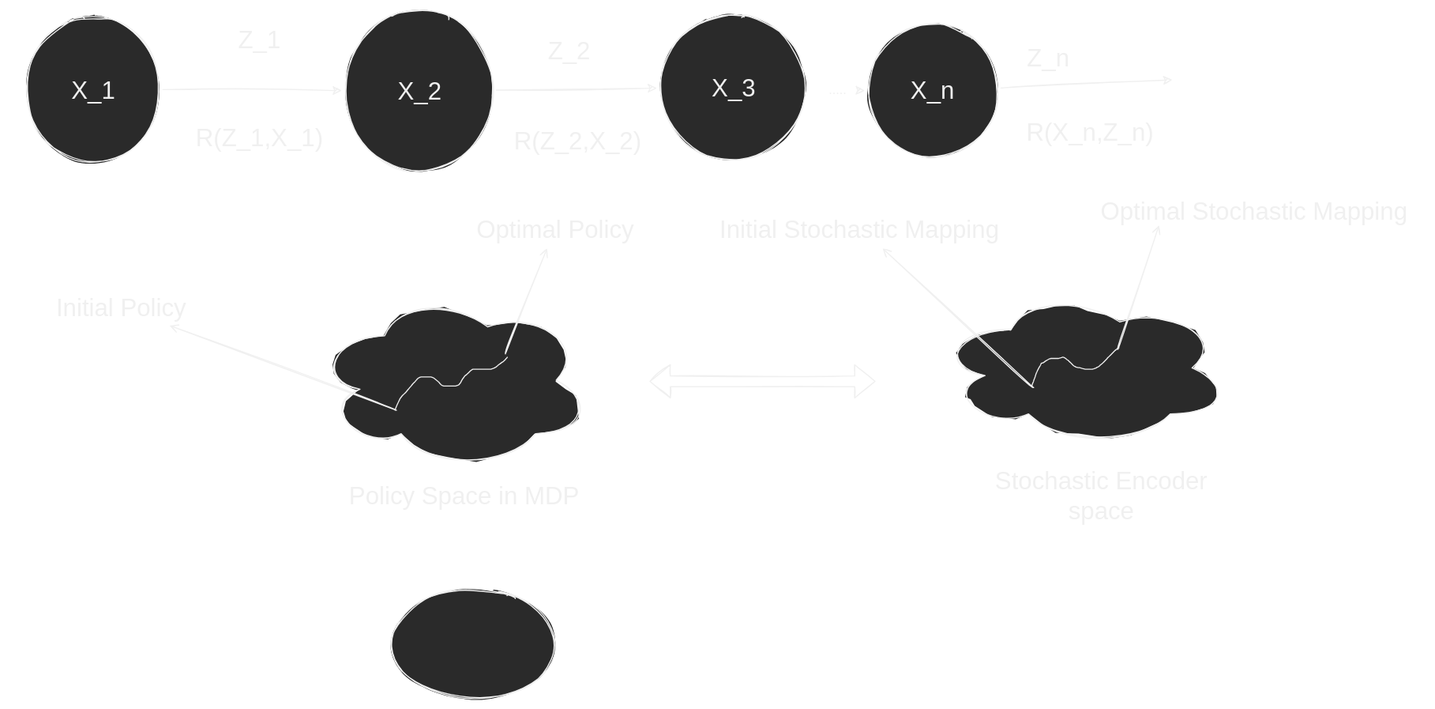
mohammad7613/Information-Theory-and-Learning keeps this draw.io diagram as Untitled Diagram.svg. Above is the earlier version. Source tidied: cells renumbered, new cells last; positions are measured from the earlier drawing's top-left corner, leaving out a move shared by most shapes.
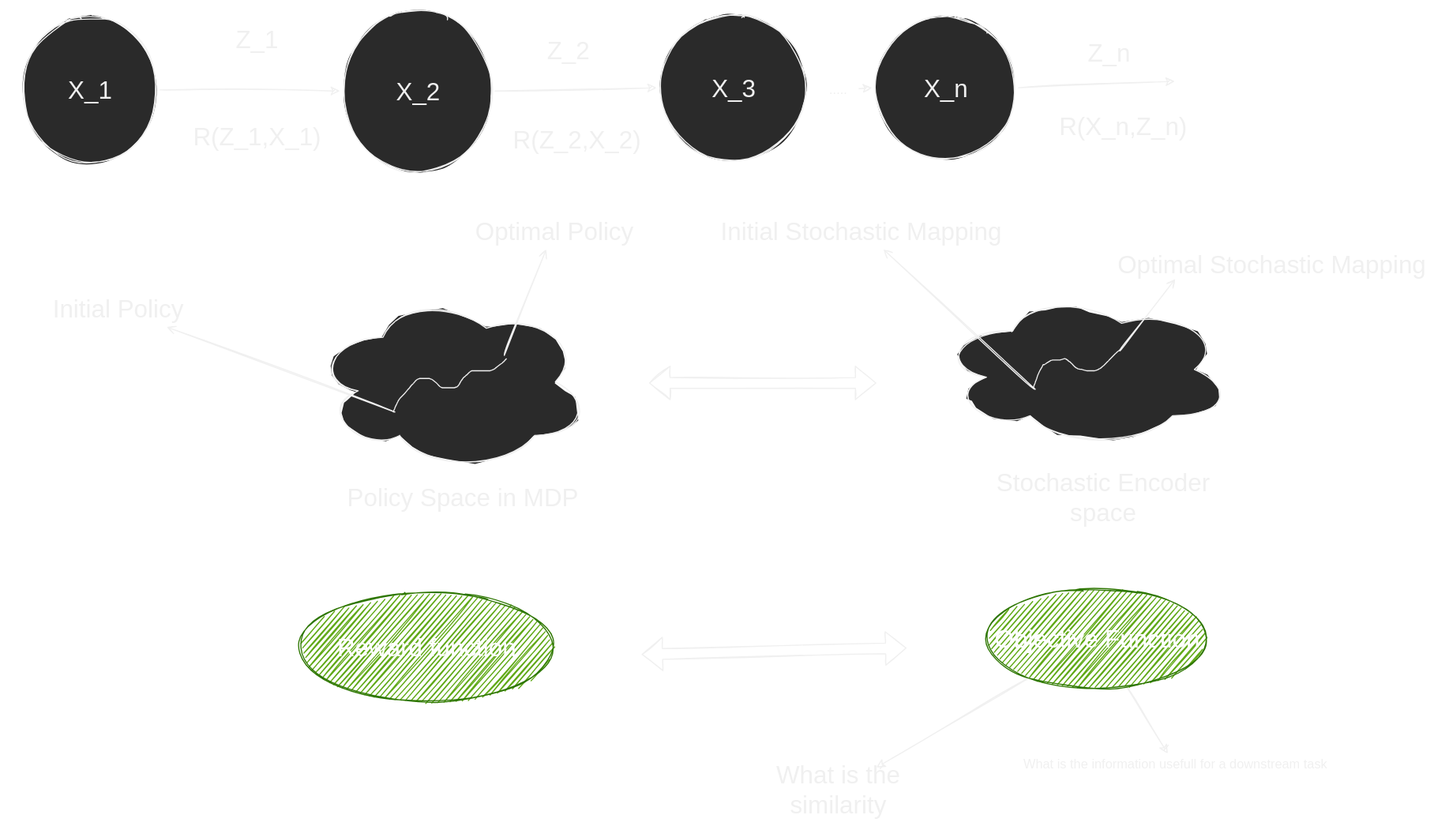
After the commit.

Commit message:
vault backup: 2022-03-18 22:20:40

Diff of the diagram source:
```diff
@@ -25,11 +25,11 @@
     </mxCell>
     <mxCell id="9" style="edgeStyle=none;html=1;" parent="1" edge="1" source="10">
       <mxGeometry relative="1" as="geometry">
-        <mxPoint x="1073" y="64" as="targetPoint" />
+        <mxPoint x="1073" y="65" as="targetPoint" />
       </mxGeometry>
     </mxCell>
     <mxCell id="10" value="&lt;font style=&quot;font-size: 23px&quot;&gt;X_n&lt;/font&gt;" style="ellipse;whiteSpace=wrap;html=1;" parent="1" vertex="1">
-      <mxGeometry x="786" y="10.5" width="127" height="127" as="geometry" />
+      <mxGeometry x="792" y="3" width="136" height="136" as="geometry" />
     </mxCell>
     <mxCell id="11" value="&lt;font style=&quot;font-size: 23px&quot;&gt;Z_1&lt;/font&gt;" style="text;html=1;align=center;verticalAlign=middle;strokeColor=none;" parent="1" vertex="1">
       <mxGeometry x="195" y="17" width="50" height="18" as="geometry" />
@@ -44,10 +44,10 @@
       <mxGeometry x="484" y="27" width="50" height="18" as="geometry" />
     </mxCell>
     <mxCell id="15" value="&lt;font style=&quot;font-size: 23px&quot;&gt;Z_n&lt;/font&gt;" style="text;html=1;align=center;verticalAlign=middle;strokeColor=none;" parent="1" vertex="1">
-      <mxGeometry x="931" y="35" width="50" height="18" as="geometry" />
+      <mxGeometry x="986" y="29" width="50" height="18" as="geometry" />
     </mxCell>
     <mxCell id="16" value="&lt;font style=&quot;font-size: 23px&quot;&gt;R(X_n,Z_n)&lt;/font&gt;" style="text;html=1;align=center;verticalAlign=middle;strokeColor=none;" parent="1" vertex="1">
-      <mxGeometry x="931" y="104" width="129" height="18" as="geometry" />
+      <mxGeometry x="960" y="97" width="129" height="18" as="geometry" />
     </mxCell>
     <mxCell id="17" style="ellipse;shape=cloud;whiteSpace=wrap;html=1;" parent="1" vertex="1">
       <mxGeometry x="274" y="261" width="256" height="166" as="geometry" />
@@ -95,10 +95,31 @@
       <mxGeometry relative="1" as="geometry" />
     </mxCell>
     <mxCell id="31" value="&lt;span style=&quot;font-size: 23px&quot;&gt;Optimal Stochastic Mapping&lt;/span&gt;" style="text;html=1;align=center;verticalAlign=middle;points=[];strokeColor=none;" parent="1" vertex="1">
-      <mxGeometry x="1001" y="177" width="296" height="18" as="geometry" />
+      <mxGeometry x="1014" y="226" width="296" height="18" as="geometry" />
     </mxCell>
-    <mxCell id="32" style="ellipse;whiteSpace=wrap;html=1;" parent="1" vertex="1">
-      <mxGeometry x="341" y="540" width="160" height="100" as="geometry" />
+    <mxCell id="32" value="&lt;font style=&quot;font-size: 23px&quot;&gt;Reward function&lt;/font&gt;" style="ellipse;whiteSpace=wrap;html=1;fillColor=#60a917;strokeColor=#2D7600;fontColor=#ffffff;" parent="1" vertex="1">
+      <mxGeometry x="255" y="540" width="246" height="100" as="geometry" />
     </mxCell>
+    <mxCell id="33" style="shape=flexArrow;endArrow=classic;startArrow=classic;html=1;" parent="1" edge="1">
+      <mxGeometry relative="1" as="geometry">
+        <mxPoint x="578" y="597" as="sourcePoint" />
+        <mxPoint x="824" y="591" as="targetPoint" />
+      </mxGeometry>
+    </mxCell>
+    <mxCell id="34" style="edgeStyle=none;html=1;" parent="1" edge="1" source="36" target="37">
+      <mxGeometry relative="1" as="geometry" />
+    </mxCell>
+    <mxCell id="35" style="edgeStyle=none;html=1;" parent="1" edge="1" source="36" target="38">
+      <mxGeometry relative="1" as="geometry" />
+    </mxCell>
+    <mxCell id="36" value="&lt;font style=&quot;font-size: 23px&quot;&gt;Objective Function&lt;/font&gt;" style="ellipse;whiteSpace=wrap;html=1;fillColor=#60a917;strokeColor=#2D7600;fontColor=#ffffff;" parent="1" vertex="1">
+      <mxGeometry x="893.5" y="538" width="214.5" height="89" as="geometry" />
+    </mxCell>
+    <mxCell id="37" value="What is the information usefull for a downstream task" style="text;html=1;strokeColor=none;fillColor=none;align=center;verticalAlign=middle;whiteSpace=wrap;rounded=0;" parent="1" vertex="1">
+      <mxGeometry x="928" y="689" width="289.5" height="20" as="geometry" />
+    </mxCell>
+    <mxCell id="38" value="&lt;font style=&quot;font-size: 23px&quot;&gt;What is the similarity&lt;/font&gt;" style="text;html=1;strokeColor=none;fillColor=none;align=center;verticalAlign=middle;whiteSpace=wrap;rounded=0;" parent="1" vertex="1">
+      <mxGeometry x="676" y="702" width="167.9" height="41.9" as="geometry" />
+    </mxCell>
   </root>
 </mxGraphModel>
```
